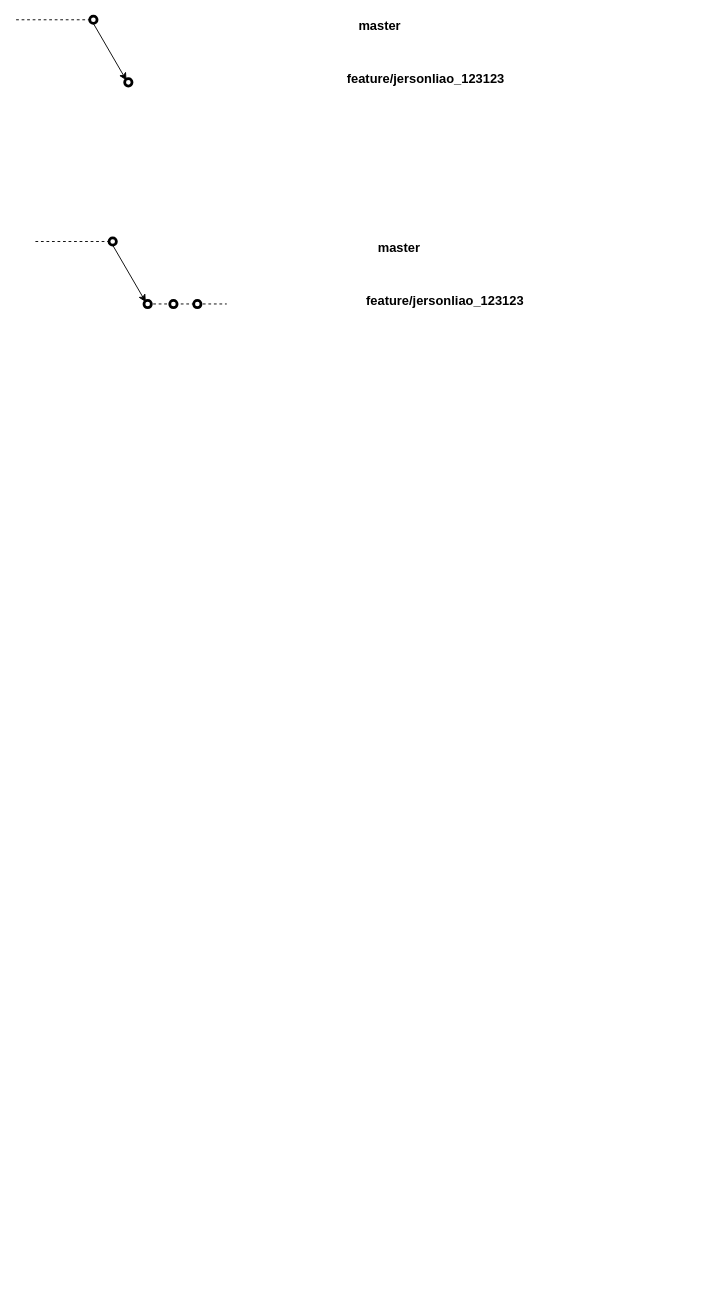
Before: page "Page-2" (2 of 2) of Untitled Diagram.drawio in lufy2010/cicd, a draw.io diagram. Source tidied: cells renumbered, new cells numbered last; positions are measured from the earlier drawing's top-left corner, leaving out a move shared by most shapes. Both pictures are drawn from the tidied source at 92%, with x=0, y=0 at pixel (16, 16).
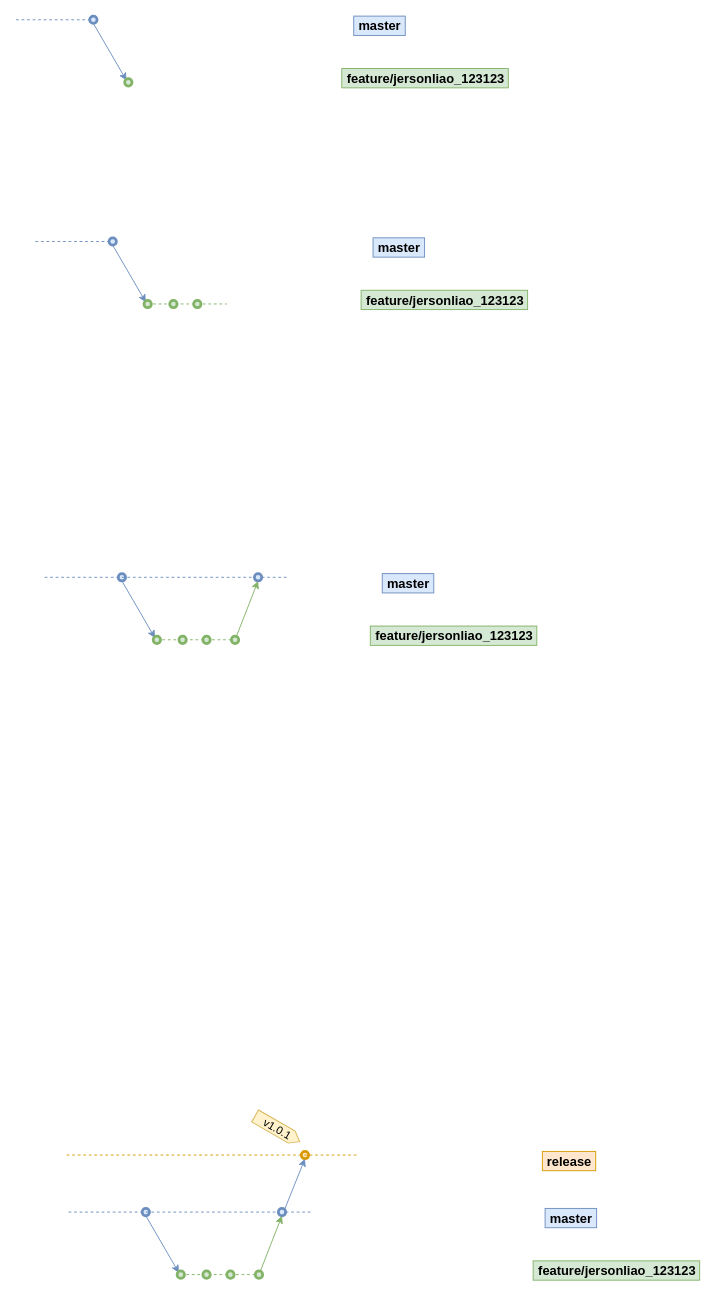
The same page after the edit.

Change to the diagram source:
```diff
@@
-    <mxCell id="2" value="master" style="text;html=1;align=center;verticalAlign=middle;fontStyle=1;fontSize=14;" parent="1" vertex="1">
+    <mxCell id="2" value="master" style="text;html=1;align=center;verticalAlign=middle;fontStyle=1;fontSize=14;fillColor=#dae8fc;strokeColor=#6c8ebf;" parent="1" vertex="1">
       <mxGeometry x="367" width="56" height="21" as="geometry" />
     </mxCell>
-    <mxCell id="3" style="shape=mxgraph.bpmn.shape;html=1;verticalLabelPosition=bottom;labelBackgroundColor=#ffffff;verticalAlign=top;align=center;perimeter=ellipsePerimeter;outlineConnect=0;outline=end;symbol=general;" parent="1" vertex="1">
+    <mxCell id="3" style="shape=mxgraph.bpmn.shape;html=1;verticalLabelPosition=bottom;labelBackgroundColor=#ffffff;verticalAlign=top;align=center;perimeter=ellipsePerimeter;outlineConnect=0;outline=end;symbol=general;fillColor=#dae8fc;strokeColor=#6c8ebf;" parent="1" vertex="1">
       <mxGeometry x="80" width="8" height="8" as="geometry" />
     </mxCell>
-    <mxCell id="4" style="endArrow=none;html=1;dashed=1;endFill=0;" parent="1" edge="1" target="3">
+    <mxCell id="4" style="endArrow=none;html=1;dashed=1;endFill=0;fillColor=#dae8fc;strokeColor=#6c8ebf;" parent="1" edge="1" target="3">
       <mxGeometry relative="1" as="geometry">
         <mxPoint y="4" as="sourcePoint" />
       </mxGeometry>
     </mxCell>
-    <mxCell id="5" style="endArrow=classic;html=1;exitX=0.5;exitY=1;exitDx=0;exitDy=0;" parent="1" edge="1" source="3">
+    <mxCell id="5" style="endArrow=classic;html=1;exitX=0.5;exitY=1;exitDx=0;exitDy=0;fillColor=#dae8fc;strokeColor=#6c8ebf;" parent="1" edge="1" source="3">
       <mxGeometry relative="1" as="geometry">
         <mxPoint x="120" y="70" as="targetPoint" />
       </mxGeometry>
     </mxCell>
-    <mxCell id="6" value="feature/jersonliao_123123" style="text;html=1;align=center;verticalAlign=middle;fontStyle=1;fontSize=14;" parent="1" vertex="1">
+    <mxCell id="6" value="feature/jersonliao_123123" style="text;html=1;align=center;verticalAlign=middle;fontStyle=1;fontSize=14;fillColor=#d5e8d4;strokeColor=#82b366;" parent="1" vertex="1">
       <mxGeometry x="354" y="57" width="181" height="21" as="geometry" />
     </mxCell>
-    <mxCell id="7" style="shape=mxgraph.bpmn.shape;html=1;verticalLabelPosition=bottom;labelBackgroundColor=#ffffff;verticalAlign=top;align=center;perimeter=ellipsePerimeter;outline=end;symbol=general;" parent="1" vertex="1">
+    <mxCell id="7" style="shape=mxgraph.bpmn.shape;html=1;verticalLabelPosition=bottom;labelBackgroundColor=#ffffff;verticalAlign=top;align=center;perimeter=ellipsePerimeter;outline=end;symbol=general;fillColor=#d5e8d4;strokeColor=#82b366;" parent="1" vertex="1">
       <mxGeometry x="118" y="68" width="8" height="8" as="geometry" />
     </mxCell>
-    <mxCell id="8" value="master" style="text;html=1;align=center;verticalAlign=middle;fontStyle=1;fontSize=14;" parent="1" vertex="1">
+    <mxCell id="8" value="master" style="text;html=1;align=center;verticalAlign=middle;fontStyle=1;fontSize=14;fillColor=#dae8fc;strokeColor=#6c8ebf;" parent="1" vertex="1">
       <mxGeometry x="388" y="241" width="56" height="21" as="geometry" />
     </mxCell>
-    <mxCell id="9" style="shape=mxgraph.bpmn.shape;html=1;verticalLabelPosition=bottom;labelBackgroundColor=#ffffff;verticalAlign=top;align=center;perimeter=ellipsePerimeter;outlineConnect=0;outline=end;symbol=general;" parent="1" vertex="1">
+    <mxCell id="9" style="shape=mxgraph.bpmn.shape;html=1;verticalLabelPosition=bottom;labelBackgroundColor=#ffffff;verticalAlign=top;align=center;perimeter=ellipsePerimeter;outlineConnect=0;outline=end;symbol=general;fillColor=#dae8fc;strokeColor=#6c8ebf;" parent="1" vertex="1">
       <mxGeometry x="101" y="241" width="8" height="8" as="geometry" />
     </mxCell>
-    <mxCell id="10" style="endArrow=none;html=1;dashed=1;endFill=0;" parent="1" edge="1" target="9">
+    <mxCell id="10" style="endArrow=none;html=1;dashed=1;endFill=0;fillColor=#dae8fc;strokeColor=#6c8ebf;" parent="1" edge="1" target="9">
       <mxGeometry relative="1" as="geometry">
         <mxPoint x="21" y="245" as="sourcePoint" />
       </mxGeometry>
     </mxCell>
-    <mxCell id="11" style="endArrow=classic;html=1;exitX=0.5;exitY=1;exitDx=0;exitDy=0;" parent="1" edge="1" source="9">
+    <mxCell id="11" style="endArrow=classic;html=1;exitX=0.5;exitY=1;exitDx=0;exitDy=0;fillColor=#dae8fc;strokeColor=#6c8ebf;" parent="1" edge="1" source="9">
       <mxGeometry relative="1" as="geometry">
         <mxPoint x="141" y="311" as="targetPoint" />
       </mxGeometry>
     </mxCell>
-    <mxCell id="12" value="feature/jersonliao_123123" style="text;html=1;align=center;verticalAlign=middle;fontStyle=1;fontSize=14;" parent="1" vertex="1">
+    <mxCell id="12" value="feature/jersonliao_123123" style="text;html=1;align=center;verticalAlign=middle;fontStyle=1;fontSize=14;fillColor=#d5e8d4;strokeColor=#82b366;" parent="1" vertex="1">
       <mxGeometry x="375" y="298" width="181" height="21" as="geometry" />
     </mxCell>
-    <mxCell id="13" style="shape=mxgraph.bpmn.shape;html=1;verticalLabelPosition=bottom;labelBackgroundColor=#ffffff;verticalAlign=top;align=center;perimeter=ellipsePerimeter;outline=end;symbol=general;" parent="1" vertex="1">
+    <mxCell id="13" style="shape=mxgraph.bpmn.shape;html=1;verticalLabelPosition=bottom;labelBackgroundColor=#ffffff;verticalAlign=top;align=center;perimeter=ellipsePerimeter;outline=end;symbol=general;fillColor=#d5e8d4;strokeColor=#82b366;" parent="1" vertex="1">
       <mxGeometry x="139" y="309" width="8" height="8" as="geometry" />
     </mxCell>
-    <mxCell id="14" style="endArrow=none;html=1;dashed=1;endFill=0;" parent="1" edge="1">
+    <mxCell id="14" style="endArrow=none;html=1;dashed=1;endFill=0;fillColor=#d5e8d4;strokeColor=#82b366;" parent="1" edge="1">
       <mxGeometry relative="1" as="geometry">
         <mxPoint x="149" y="312.9" as="sourcePoint" />
         <mxPoint x="229" y="312.9" as="targetPoint" />
       </mxGeometry>
     </mxCell>
-    <mxCell id="15" style="shape=mxgraph.bpmn.shape;html=1;verticalLabelPosition=bottom;labelBackgroundColor=#ffffff;verticalAlign=top;align=center;perimeter=ellipsePerimeter;outline=end;symbol=general;" parent="1" vertex="1">
+    <mxCell id="15" style="shape=mxgraph.bpmn.shape;html=1;verticalLabelPosition=bottom;labelBackgroundColor=#ffffff;verticalAlign=top;align=center;perimeter=ellipsePerimeter;outline=end;symbol=general;fillColor=#d5e8d4;strokeColor=#82b366;" parent="1" vertex="1">
       <mxGeometry x="167" y="309" width="8" height="8" as="geometry" />
     </mxCell>
-    <mxCell id="16" style="shape=mxgraph.bpmn.shape;html=1;verticalLabelPosition=bottom;labelBackgroundColor=#ffffff;verticalAlign=top;align=center;perimeter=ellipsePerimeter;outline=end;symbol=general;" parent="1" vertex="1">
+    <mxCell id="16" style="shape=mxgraph.bpmn.shape;html=1;verticalLabelPosition=bottom;labelBackgroundColor=#ffffff;verticalAlign=top;align=center;perimeter=ellipsePerimeter;outline=end;symbol=general;fillColor=#d5e8d4;strokeColor=#82b366;" parent="1" vertex="1">
       <mxGeometry x="193" y="309" width="8" height="8" as="geometry" />
     </mxCell>
+    <mxCell id="17" value="master" style="text;html=1;align=center;verticalAlign=middle;fontStyle=1;fontSize=14;fillColor=#dae8fc;strokeColor=#6c8ebf;" parent="1" vertex="1">
+      <mxGeometry x="398" y="606" width="56" height="21" as="geometry" />
+    </mxCell>
+    <mxCell id="18" style="shape=mxgraph.bpmn.shape;html=1;verticalLabelPosition=bottom;labelBackgroundColor=#ffffff;verticalAlign=top;align=center;perimeter=ellipsePerimeter;outlineConnect=0;outline=end;symbol=general;fillColor=#dae8fc;strokeColor=#6c8ebf;" parent="1" vertex="1">
+      <mxGeometry x="111" y="606" width="8" height="8" as="geometry" />
+    </mxCell>
+    <mxCell id="19" style="endArrow=none;html=1;dashed=1;endFill=0;fillColor=#dae8fc;strokeColor=#6c8ebf;" parent="1" edge="1" source="26">
+      <mxGeometry relative="1" as="geometry">
+        <mxPoint x="295" y="610" as="targetPoint" />
+      </mxGeometry>
+    </mxCell>
+    <mxCell id="20" style="endArrow=classic;html=1;exitX=0.5;exitY=1;exitDx=0;exitDy=0;fillColor=#dae8fc;strokeColor=#6c8ebf;" parent="1" edge="1" source="18">
+      <mxGeometry relative="1" as="geometry">
+        <mxPoint x="151" y="676" as="targetPoint" />
+      </mxGeometry>
+    </mxCell>
+    <mxCell id="21" value="feature/jersonliao_123123" style="text;html=1;align=center;verticalAlign=middle;fontStyle=1;fontSize=14;fillColor=#d5e8d4;strokeColor=#82b366;" parent="1" vertex="1">
+      <mxGeometry x="385" y="663" width="181" height="21" as="geometry" />
+    </mxCell>
+    <mxCell id="22" style="shape=mxgraph.bpmn.shape;html=1;verticalLabelPosition=bottom;labelBackgroundColor=#ffffff;verticalAlign=top;align=center;perimeter=ellipsePerimeter;outline=end;symbol=general;fillColor=#d5e8d4;strokeColor=#82b366;" parent="1" vertex="1">
+      <mxGeometry x="149" y="674" width="8" height="8" as="geometry" />
+    </mxCell>
+    <mxCell id="23" style="endArrow=none;html=1;dashed=1;endFill=0;fillColor=#d5e8d4;strokeColor=#82b366;" parent="1" edge="1">
+      <mxGeometry relative="1" as="geometry">
+        <mxPoint x="159" y="677.9" as="sourcePoint" />
+        <mxPoint x="239" y="677.9" as="targetPoint" />
+      </mxGeometry>
+    </mxCell>
+    <mxCell id="24" style="shape=mxgraph.bpmn.shape;html=1;verticalLabelPosition=bottom;labelBackgroundColor=#ffffff;verticalAlign=top;align=center;perimeter=ellipsePerimeter;outline=end;symbol=general;fillColor=#d5e8d4;strokeColor=#82b366;" parent="1" vertex="1">
+      <mxGeometry x="177" y="674" width="8" height="8" as="geometry" />
+    </mxCell>
+    <mxCell id="25" style="shape=mxgraph.bpmn.shape;html=1;verticalLabelPosition=bottom;labelBackgroundColor=#ffffff;verticalAlign=top;align=center;perimeter=ellipsePerimeter;outline=end;symbol=general;fillColor=#d5e8d4;strokeColor=#82b366;" parent="1" vertex="1">
+      <mxGeometry x="203" y="674" width="8" height="8" as="geometry" />
+    </mxCell>
+    <mxCell id="26" style="shape=mxgraph.bpmn.shape;html=1;verticalLabelPosition=bottom;labelBackgroundColor=#ffffff;verticalAlign=top;align=center;perimeter=ellipsePerimeter;outlineConnect=0;outline=end;symbol=general;fillColor=#dae8fc;strokeColor=#6c8ebf;" parent="1" vertex="1">
+      <mxGeometry x="259" y="606" width="8" height="8" as="geometry" />
+    </mxCell>
+    <mxCell id="27" style="endArrow=none;html=1;dashed=1;endFill=0;fillColor=#dae8fc;strokeColor=#6c8ebf;" parent="1" edge="1" target="26">
+      <mxGeometry relative="1" as="geometry">
+        <mxPoint x="31" y="610" as="sourcePoint" />
+      </mxGeometry>
+    </mxCell>
+    <mxCell id="28" style="endArrow=classic;html=1;entryX=0.5;entryY=1;entryDx=0;entryDy=0;fillColor=#d5e8d4;strokeColor=#82b366;" parent="1" edge="1" target="26">
+      <mxGeometry relative="1" as="geometry">
+        <mxPoint x="238" y="678" as="sourcePoint" />
+      </mxGeometry>
+    </mxCell>
+    <mxCell id="29" style="shape=mxgraph.bpmn.shape;html=1;verticalLabelPosition=bottom;labelBackgroundColor=#ffffff;verticalAlign=top;align=center;perimeter=ellipsePerimeter;outline=end;symbol=general;fillColor=#d5e8d4;strokeColor=#82b366;" parent="1" vertex="1">
+      <mxGeometry x="234" y="674" width="8" height="8" as="geometry" />
+    </mxCell>
+    <mxCell id="30" value="master" style="text;html=1;align=center;verticalAlign=middle;fontStyle=1;fontSize=14;fillColor=#dae8fc;strokeColor=#6c8ebf;" parent="1" vertex="1">
+      <mxGeometry x="575" y="1296" width="56" height="21" as="geometry" />
+    </mxCell>
+    <mxCell id="31" style="shape=mxgraph.bpmn.shape;html=1;verticalLabelPosition=bottom;labelBackgroundColor=#ffffff;verticalAlign=top;align=center;perimeter=ellipsePerimeter;outlineConnect=0;outline=end;symbol=general;fillColor=#dae8fc;strokeColor=#6c8ebf;" parent="1" vertex="1">
+      <mxGeometry x="137" y="1296" width="8" height="8" as="geometry" />
+    </mxCell>
+    <mxCell id="32" style="endArrow=none;html=1;dashed=1;endFill=0;fillColor=#dae8fc;strokeColor=#6c8ebf;" parent="1" edge="1" source="39">
+      <mxGeometry relative="1" as="geometry">
+        <mxPoint x="321" y="1300" as="targetPoint" />
+      </mxGeometry>
+    </mxCell>
+    <mxCell id="33" style="endArrow=classic;html=1;exitX=0.5;exitY=1;exitDx=0;exitDy=0;fillColor=#dae8fc;strokeColor=#6c8ebf;" parent="1" edge="1" source="31">
+      <mxGeometry relative="1" as="geometry">
+        <mxPoint x="177" y="1366" as="targetPoint" />
+      </mxGeometry>
+    </mxCell>
+    <mxCell id="34" value="feature/jersonliao_123123" style="text;html=1;align=center;verticalAlign=middle;fontStyle=1;fontSize=14;fillColor=#d5e8d4;strokeColor=#82b366;" parent="1" vertex="1">
+      <mxGeometry x="562" y="1353" width="181" height="21" as="geometry" />
+    </mxCell>
+    <mxCell id="35" style="shape=mxgraph.bpmn.shape;html=1;verticalLabelPosition=bottom;labelBackgroundColor=#ffffff;verticalAlign=top;align=center;perimeter=ellipsePerimeter;outline=end;symbol=general;fillColor=#d5e8d4;strokeColor=#82b366;" parent="1" vertex="1">
+      <mxGeometry x="175" y="1364" width="8" height="8" as="geometry" />
+    </mxCell>
+    <mxCell id="36" style="endArrow=none;html=1;dashed=1;endFill=0;fillColor=#d5e8d4;strokeColor=#82b366;" parent="1" edge="1">
+      <mxGeometry relative="1" as="geometry">
+        <mxPoint x="185" y="1367.9" as="sourcePoint" />
+        <mxPoint x="265" y="1367.9" as="targetPoint" />
+      </mxGeometry>
+    </mxCell>
+    <mxCell id="37" style="shape=mxgraph.bpmn.shape;html=1;verticalLabelPosition=bottom;labelBackgroundColor=#ffffff;verticalAlign=top;align=center;perimeter=ellipsePerimeter;outline=end;symbol=general;fillColor=#d5e8d4;strokeColor=#82b366;" parent="1" vertex="1">
+      <mxGeometry x="203" y="1364" width="8" height="8" as="geometry" />
+    </mxCell>
+    <mxCell id="38" style="shape=mxgraph.bpmn.shape;html=1;verticalLabelPosition=bottom;labelBackgroundColor=#ffffff;verticalAlign=top;align=center;perimeter=ellipsePerimeter;outline=end;symbol=general;fillColor=#d5e8d4;strokeColor=#82b366;" parent="1" vertex="1">
+      <mxGeometry x="229" y="1364" width="8" height="8" as="geometry" />
+    </mxCell>
+    <mxCell id="39" style="shape=mxgraph.bpmn.shape;html=1;verticalLabelPosition=bottom;labelBackgroundColor=#ffffff;verticalAlign=top;align=center;perimeter=ellipsePerimeter;outlineConnect=0;outline=end;symbol=general;fillColor=#dae8fc;strokeColor=#6c8ebf;" parent="1" vertex="1">
+      <mxGeometry x="285" y="1296" width="8" height="8" as="geometry" />
+    </mxCell>
+    <mxCell id="40" style="endArrow=none;html=1;dashed=1;endFill=0;fillColor=#dae8fc;strokeColor=#6c8ebf;" parent="1" edge="1" target="39">
+      <mxGeometry relative="1" as="geometry">
+        <mxPoint x="57" y="1300" as="sourcePoint" />
+      </mxGeometry>
+    </mxCell>
+    <mxCell id="41" style="endArrow=classic;html=1;entryX=0.5;entryY=1;entryDx=0;entryDy=0;fillColor=#d5e8d4;strokeColor=#82b366;" parent="1" edge="1" target="39">
+      <mxGeometry relative="1" as="geometry">
+        <mxPoint x="264" y="1368" as="sourcePoint" />
+      </mxGeometry>
+    </mxCell>
+    <mxCell id="42" style="shape=mxgraph.bpmn.shape;html=1;verticalLabelPosition=bottom;labelBackgroundColor=#ffffff;verticalAlign=top;align=center;perimeter=ellipsePerimeter;outline=end;symbol=general;fillColor=#d5e8d4;strokeColor=#82b366;" parent="1" vertex="1">
+      <mxGeometry x="260" y="1364" width="8" height="8" as="geometry" />
+    </mxCell>
+    <mxCell id="43" value="release" style="text;html=1;align=center;verticalAlign=middle;fontStyle=1;fontSize=14;fillColor=#ffe6cc;strokeColor=#d79b00;" parent="1" vertex="1">
+      <mxGeometry x="572" y="1234" width="58" height="21" as="geometry" />
+    </mxCell>
+    <mxCell id="44" style="endArrow=none;html=1;dashed=1;endFill=0;fillColor=#ffe6cc;strokeColor=#d79b00;" parent="1" edge="1" source="45">
+      <mxGeometry relative="1" as="geometry">
+        <mxPoint x="319" y="1238" as="targetPoint" />
+      </mxGeometry>
+    </mxCell>
+    <mxCell id="45" style="shape=mxgraph.bpmn.shape;html=1;verticalLabelPosition=bottom;labelBackgroundColor=#ffffff;verticalAlign=top;align=center;perimeter=ellipsePerimeter;outlineConnect=0;outline=end;symbol=general;fillColor=#ffe6cc;strokeColor=#d79b00;" parent="1" vertex="1">
+      <mxGeometry x="310" y="1234" width="8" height="8" as="geometry" />
+    </mxCell>
+    <mxCell id="46" style="endArrow=none;html=1;dashed=1;endFill=0;fillColor=#ffe6cc;strokeColor=#d79b00;" parent="1" edge="1">
+      <mxGeometry relative="1" as="geometry">
+        <mxPoint x="55" y="1238" as="sourcePoint" />
+        <mxPoint x="373" y="1238" as="targetPoint" />
+      </mxGeometry>
+    </mxCell>
+    <mxCell id="47" style="endArrow=classic;html=1;fillColor=#dae8fc;strokeColor=#6c8ebf;entryX=0.5;entryY=1;entryDx=0;entryDy=0;exitX=0.855;exitY=0.145;exitDx=0;exitDy=0;exitPerimeter=0;" parent="1" edge="1" source="39" target="45">
+      <mxGeometry relative="1" as="geometry" />
+    </mxCell>
+    <mxCell id="48" value="v1.0.1" style="html=1;shadow=0;dashed=0;align=center;verticalAlign=middle;shape=mxgraph.arrows2.arrow;dy=0;dx=10;notch=0;rotation=30;fillColor=#fff2cc;strokeColor=#d6b656;" parent="1" vertex="1">
+      <mxGeometry x="256" y="1202" width="56" height="15" as="geometry" />
+    </mxCell>
```
